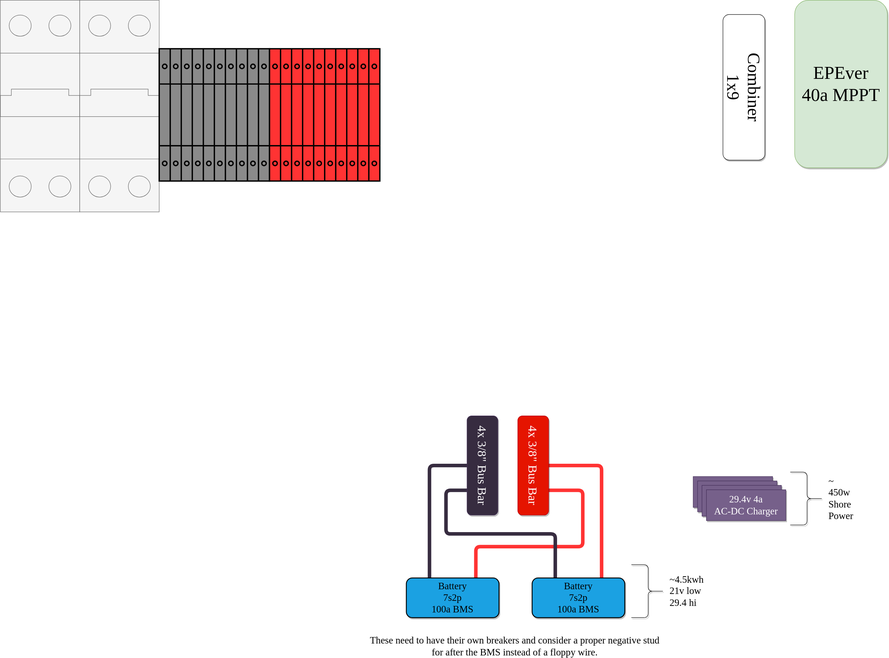
Earlier version of the draw.io export gary-bussy-electrical.drawio.svg (clomads/gary-bussy). Source tidied: cells renumbered, new cells last; positions are measured from the earlier drawing's top-left corner, leaving out a move shared by most shapes.
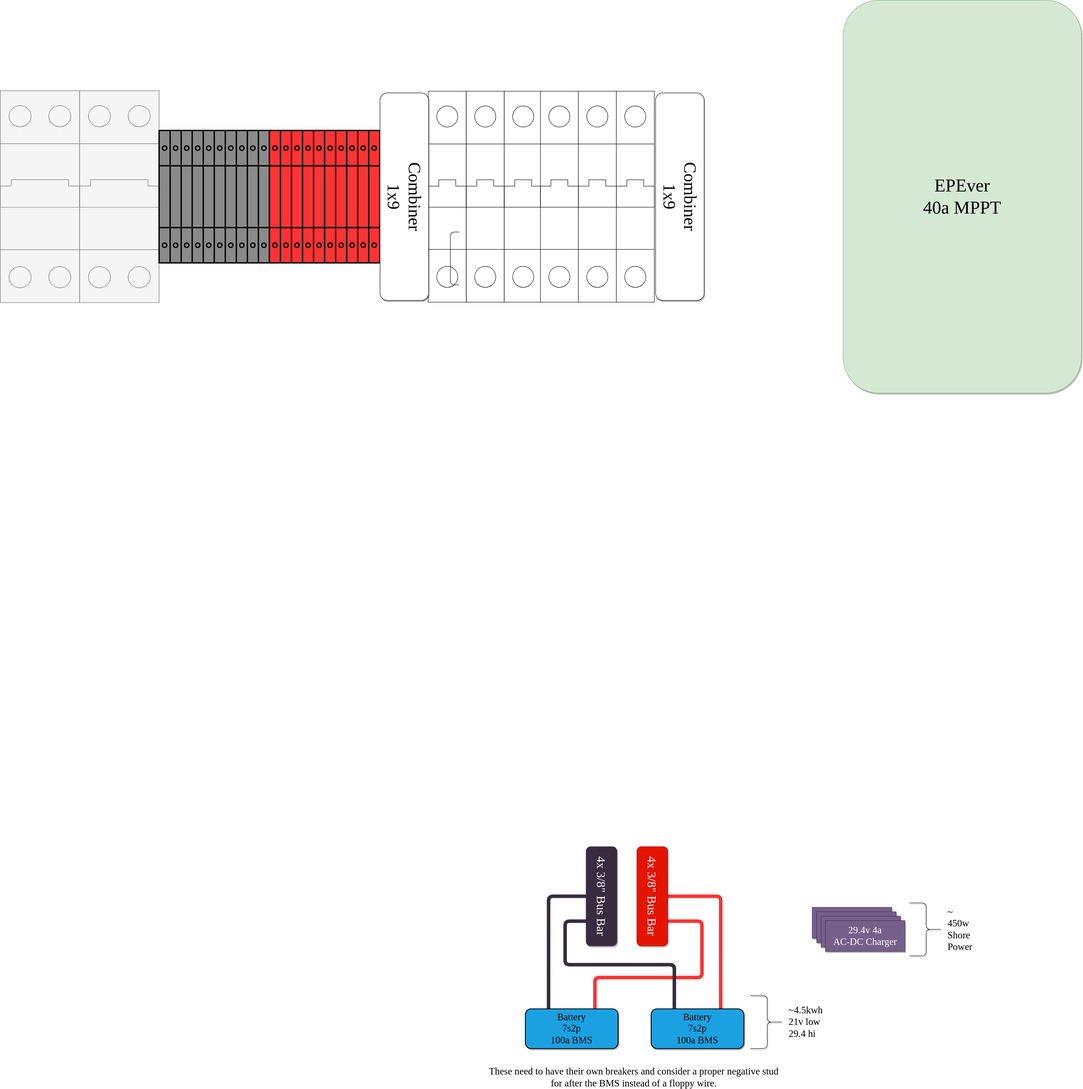
After the change.

Commit message:
upper coms area top din rail

What changed in the source:
```diff
@@ -63,23 +63,50 @@
     <mxCell id="16" value="~&lt;br&gt;450w&lt;br&gt;Shore Power" style="shape=curlyBracket;whiteSpace=wrap;html=1;rounded=1;flipH=1;labelPosition=right;verticalLabelPosition=middle;align=left;verticalAlign=middle;shadow=1;sketch=0;fontFamily=League Spartan;fontSource=https%3A%2F%2Ffonts.googleapis.com%2Fcss%3Ffamily%3DLeague%2BSpartan;fontSize=22;spacingLeft=9;" parent="1" vertex="1">
       <mxGeometry x="1790" y="1070" width="76" height="120" as="geometry" />
     </mxCell>
-    <mxCell id="17" value="Combiner&lt;br style=&quot;font-size: 39px;&quot;&gt;1x9" style="rounded=1;whiteSpace=wrap;html=1;shadow=1;sketch=0;fontFamily=League Spartan;fontSource=https%3A%2F%2Ffonts.googleapis.com%2Fcss%3Ffamily%3DLeague%2BSpartan;fontSize=39;rotation=90;" parent="1" vertex="1">
-      <mxGeometry x="1520" y="150" width="330" height="95" as="geometry" />
-    </mxCell>
     <mxCell id="18" value="EPEver&lt;br style=&quot;font-size: 41px;&quot;&gt;40a MPPT" style="rounded=1;whiteSpace=wrap;html=1;shadow=1;sketch=0;fontFamily=League Spartan;fontSource=https%3A%2F%2Ffonts.googleapis.com%2Fcss%3Ffamily%3DLeague%2BSpartan;fontSize=41;fillColor=#d5e8d4;strokeColor=#82b366;" parent="1" vertex="1">
-      <mxGeometry x="1800" width="210" height="380" as="geometry" />
+      <mxGeometry x="1640" y="-975" width="540" height="890" as="geometry" />
     </mxCell>
+    <mxCell id="23" style="group;" parent="1" vertex="1">
+      <mxGeometry x="-270" y="-770" width="1595" height="480" as="geometry" />
+    </mxCell>
-    <mxCell id="19" style="verticalLabelPosition=bottom;dashed=0;shadow=0;html=1;align=center;verticalAlign=top;shape=mxgraph.cabinets.cb_2p;sketch=0;fontFamily=League Spartan;fontSource=https%3A%2F%2Ffonts.googleapis.com%2Fcss%3Ffamily%3DLeague%2BSpartan;fontSize=27;fillColor=#f5f5f5;fontColor=#333333;strokeColor=#666666;" parent="1" vertex="1">
+    <mxCell id="19" style="verticalLabelPosition=bottom;dashed=0;shadow=0;html=1;align=center;verticalAlign=top;shape=mxgraph.cabinets.cb_2p;sketch=0;fontFamily=League Spartan;fontSource=https%3A%2F%2Ffonts.googleapis.com%2Fcss%3Ffamily%3DLeague%2BSpartan;fontSize=27;fillColor=#f5f5f5;fontColor=#333333;strokeColor=#666666;" parent="23" vertex="1">
       <mxGeometry width="180" height="480" as="geometry" />
     </mxCell>
-    <mxCell id="20" style="verticalLabelPosition=bottom;dashed=0;shadow=0;html=1;align=center;verticalAlign=top;shape=mxgraph.cabinets.cb_2p;sketch=0;fontFamily=League Spartan;fontSource=https%3A%2F%2Ffonts.googleapis.com%2Fcss%3Ffamily%3DLeague%2BSpartan;fontSize=27;fillColor=#f5f5f5;fontColor=#333333;strokeColor=#666666;" parent="1" vertex="1">
+    <mxCell id="20" style="verticalLabelPosition=bottom;dashed=0;shadow=0;html=1;align=center;verticalAlign=top;shape=mxgraph.cabinets.cb_2p;sketch=0;fontFamily=League Spartan;fontSource=https%3A%2F%2Ffonts.googleapis.com%2Fcss%3Ffamily%3DLeague%2BSpartan;fontSize=27;fillColor=#f5f5f5;fontColor=#333333;strokeColor=#666666;" parent="23" vertex="1">
       <mxGeometry x="180" width="180" height="480" as="geometry" />
     </mxCell>
-    <mxCell id="21" style="verticalLabelPosition=bottom;dashed=0;shadow=0;html=1;align=center;verticalAlign=top;shape=mxgraph.cabinets.terminal_4_6mm2_x10;sketch=0;fontFamily=League Spartan;fontSource=https%3A%2F%2Ffonts.googleapis.com%2Fcss%3Ffamily%3DLeague%2BSpartan;fontSize=27;fontColor=#FFFFFF;fillColor=#8A8A8A;strokeWidth=3;" parent="1" vertex="1">
-      <mxGeometry x="360" y="110" width="250" height="300" as="geometry" />
+    <mxCell id="21" style="verticalLabelPosition=bottom;dashed=0;shadow=0;html=1;align=center;verticalAlign=top;shape=mxgraph.cabinets.terminal_4_6mm2_x10;sketch=0;fontFamily=League Spartan;fontSource=https%3A%2F%2Ffonts.googleapis.com%2Fcss%3Ffamily%3DLeague%2BSpartan;fontSize=27;fontColor=#FFFFFF;fillColor=#8A8A8A;strokeWidth=3;" parent="23" vertex="1">
+      <mxGeometry x="360" y="90" width="250" height="300" as="geometry" />
     </mxCell>
-    <mxCell id="22" style="verticalLabelPosition=bottom;dashed=0;shadow=0;html=1;align=center;verticalAlign=top;shape=mxgraph.cabinets.terminal_4_6mm2_x10;sketch=0;fontFamily=League Spartan;fontSource=https%3A%2F%2Ffonts.googleapis.com%2Fcss%3Ffamily%3DLeague%2BSpartan;fontSize=27;fontColor=#FFFFFF;fillColor=#FF3333;strokeWidth=3;" parent="1" vertex="1">
-      <mxGeometry x="610" y="110" width="250" height="300" as="geometry" />
+    <mxCell id="22" style="verticalLabelPosition=bottom;dashed=0;shadow=0;html=1;align=center;verticalAlign=top;shape=mxgraph.cabinets.terminal_4_6mm2_x10;sketch=0;fontFamily=League Spartan;fontSource=https%3A%2F%2Ffonts.googleapis.com%2Fcss%3Ffamily%3DLeague%2BSpartan;fontSize=27;fontColor=#FFFFFF;fillColor=#FF3333;strokeWidth=3;" parent="23" vertex="1">
+      <mxGeometry x="610" y="90" width="250" height="300" as="geometry" />
     </mxCell>
+    <mxCell id="24" style="verticalLabelPosition=bottom;dashed=0;shadow=0;html=1;align=center;verticalAlign=top;shape=mxgraph.cabinets.cb_1p;fontSize=41;" parent="23" vertex="1">
+      <mxGeometry x="970" y="1.1" width="86" height="477.9" as="geometry" />
+    </mxCell>
+    <mxCell id="25" value="Combiner&lt;br style=&quot;font-size: 39px;&quot;&gt;1x9" style="rounded=1;whiteSpace=wrap;html=1;shadow=1;sketch=0;fontFamily=League Spartan;fontSource=https%3A%2F%2Ffonts.googleapis.com%2Fcss%3Ffamily%3DLeague%2BSpartan;fontSize=39;rotation=90;" parent="23" vertex="1">
+      <mxGeometry x="680.5" y="185" width="470.2" height="110" as="geometry" />
+    </mxCell>
+    <mxCell id="26" style="verticalLabelPosition=bottom;dashed=0;shadow=0;html=1;align=center;verticalAlign=top;shape=mxgraph.cabinets.cb_1p;fontSize=41;" parent="23" vertex="1">
+      <mxGeometry x="1056" y="1.1" width="86" height="477.9" as="geometry" />
+    </mxCell>
+    <mxCell id="27" style="verticalLabelPosition=bottom;dashed=0;shadow=0;html=1;align=center;verticalAlign=top;shape=mxgraph.cabinets.cb_1p;fontSize=41;" parent="23" vertex="1">
+      <mxGeometry x="1142" y="1.1" width="86" height="477.9" as="geometry" />
+    </mxCell>
+    <mxCell id="28" style="verticalLabelPosition=bottom;dashed=0;shadow=0;html=1;align=center;verticalAlign=top;shape=mxgraph.cabinets.cb_1p;fontSize=41;" parent="23" vertex="1">
+      <mxGeometry x="1224" y="1.1" width="86" height="477.9" as="geometry" />
+    </mxCell>
+    <mxCell id="29" style="verticalLabelPosition=bottom;dashed=0;shadow=0;html=1;align=center;verticalAlign=top;shape=mxgraph.cabinets.cb_1p;fontSize=41;" parent="23" vertex="1">
+      <mxGeometry x="1310" y="1.1" width="86" height="477.9" as="geometry" />
+    </mxCell>
+    <mxCell id="30" style="verticalLabelPosition=bottom;dashed=0;shadow=0;html=1;align=center;verticalAlign=top;shape=mxgraph.cabinets.cb_1p;fontSize=41;" parent="23" vertex="1">
+      <mxGeometry x="1396" y="1.1" width="86" height="477.9" as="geometry" />
+    </mxCell>
+    <mxCell id="31" value="Combiner&lt;br style=&quot;font-size: 39px;&quot;&gt;1x9" style="rounded=1;whiteSpace=wrap;html=1;shadow=1;sketch=0;fontFamily=League Spartan;fontSource=https%3A%2F%2Ffonts.googleapis.com%2Fcss%3Ffamily%3DLeague%2BSpartan;fontSize=39;rotation=90;" parent="23" vertex="1">
+      <mxGeometry x="1304.9" y="185" width="470.2" height="110" as="geometry" />
+    </mxCell>
+    <mxCell id="32" style="shape=curlyBracket;whiteSpace=wrap;html=1;rounded=1;labelPosition=left;verticalLabelPosition=middle;align=right;verticalAlign=middle;fontSize=41;size=0;" parent="1" vertex="1">
+      <mxGeometry x="750" y="-450" width="20" height="120" as="geometry" />
+    </mxCell>
   </root>
 </mxGraphModel>
```
